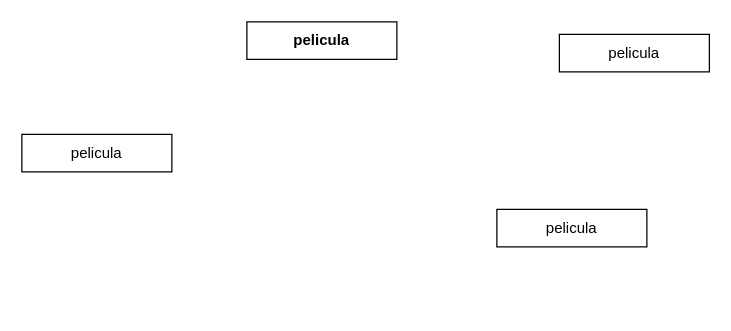
Before: clase5.drawio in NicolaGomez/base-de-datos, a draw.io diagram. Source tidied: cells renumbered, new cells numbered last; positions are measured from the earlier drawing's top-left corner, leaving out a move shared by most shapes. Both pictures are drawn from the tidied source at 125%, with x=0, y=0 at pixel (21, 21).
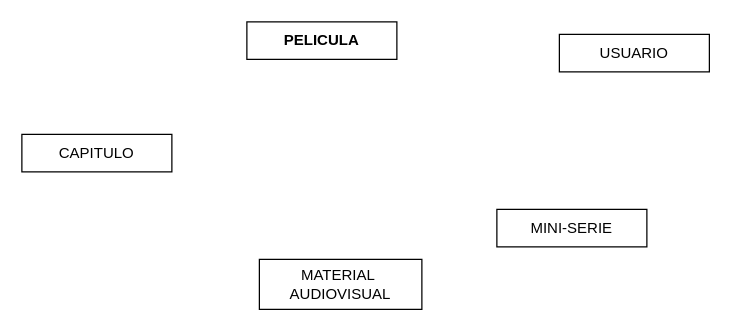
After the change.

The edit, as a diff of the source:
```diff
@@
 <mxGraphModel>
   <root>
     <mxCell id="0" />
     <mxCell id="1" parent="0" />
-    <mxCell id="2" value="pelicula" style="rounded=0;whiteSpace=wrap;html=1;fontStyle=1;" parent="1" vertex="1">
+    <mxCell id="2" value="PELICULA" style="rounded=0;whiteSpace=wrap;html=1;fontStyle=1;" parent="1" vertex="1">
       <mxGeometry x="180" width="120" height="30" as="geometry" />
     </mxCell>
-    <mxCell id="3" value="pelicula" style="rounded=0;whiteSpace=wrap;html=1;fontStyle=0;" parent="1" vertex="1">
+    <mxCell id="3" value="USUARIO" style="rounded=0;whiteSpace=wrap;html=1;fontStyle=0;" parent="1" vertex="1">
       <mxGeometry x="430" y="10" width="120" height="30" as="geometry" />
     </mxCell>
-    <mxCell id="4" value="pelicula" style="rounded=0;whiteSpace=wrap;html=1;" parent="1" vertex="1">
+    <mxCell id="4" value="CAPITULO" style="rounded=0;whiteSpace=wrap;html=1;" parent="1" vertex="1">
       <mxGeometry y="90" width="120" height="30" as="geometry" />
     </mxCell>
-    <mxCell id="5" value="pelicula" style="rounded=0;whiteSpace=wrap;html=1;" parent="1" vertex="1">
+    <mxCell id="5" value="MINI-SERIE" style="rounded=0;whiteSpace=wrap;html=1;" parent="1" vertex="1">
       <mxGeometry x="380" y="150" width="120" height="30" as="geometry" />
     </mxCell>
+    <mxCell id="6" value="MATERIAL&amp;nbsp;&lt;div&gt;AUDIOVISUAL&lt;/div&gt;" style="rounded=0;whiteSpace=wrap;html=1;" parent="1" vertex="1">
+      <mxGeometry x="190" y="190" width="130" height="40" as="geometry" />
+    </mxCell>
   </root>
 </mxGraphModel>
```
